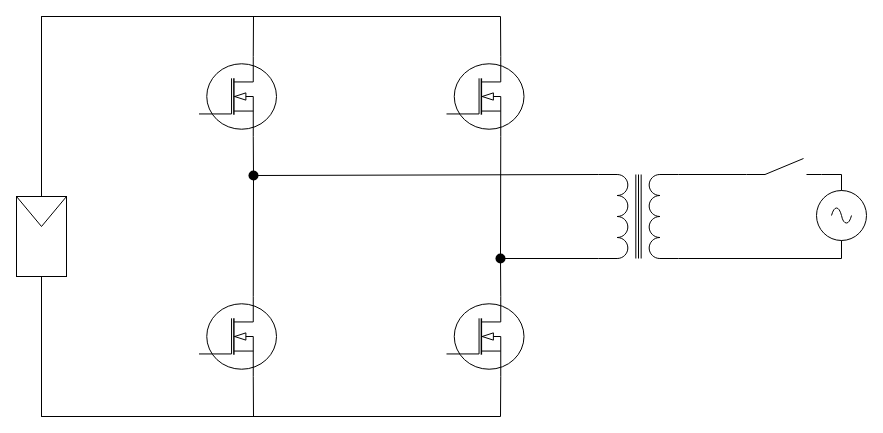
The draw.io diagram Topologie_FS_Richtig.drawio in Lostqw1/Funfun, before the edit. Source tidied: cells renumbered, new cells numbered last; positions are measured from the earlier drawing's top-left corner, leaving out a move shared by most shapes. Both pictures are drawn from the tidied source at 100%, with x=0, y=0 at pixel (16, 16).
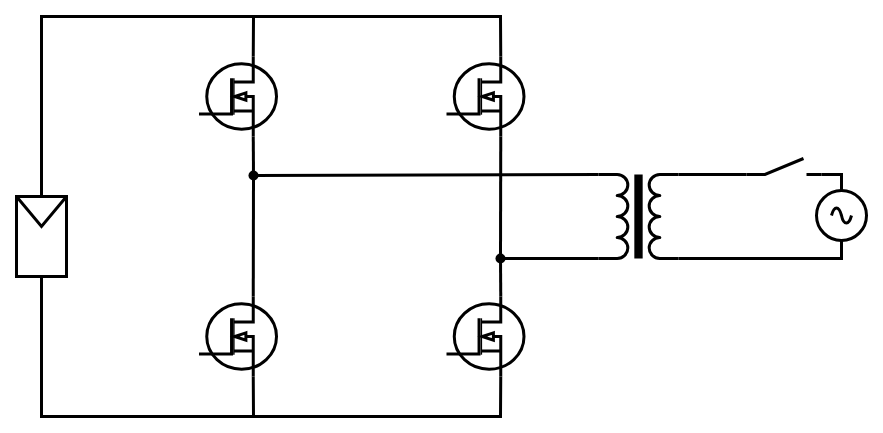
Above is the later version.

The change refers to these unchanged cells:
```xml
<mxCell id="21" style="shape=waypoint;sketch=0;fillStyle=solid;size=6;points=[];fillColor=none;perimeter=centerPerimeter;snapToPoint=1;strokeWidth=3;" parent="1" vertex="1">
  <mxGeometry x="227" y="149" width="20" height="20" as="geometry" />
</mxCell>
<mxCell id="24" style="shape=waypoint;sketch=0;fillStyle=solid;size=6;points=[];fillColor=none;perimeter=centerPerimeter;snapToPoint=1;strokeWidth=3;" parent="1" vertex="1">
  <mxGeometry x="474" y="232" width="20" height="20" as="geometry" />
</mxCell>
```

What changed in the source:
```diff
@@
-    <mxCell id="2" style="verticalLabelPosition=bottom;shadow=0;dashed=0;align=center;html=1;verticalAlign=top;shape=mxgraph.electrical.inductors.transformer_1;rotation=90;" parent="1" vertex="1">
+    <mxCell id="2" style="verticalLabelPosition=bottom;shadow=0;dashed=0;align=center;html=1;verticalAlign=top;shape=mxgraph.electrical.inductors.transformer_1;rotation=90;strokeWidth=3;" parent="1" vertex="1">
       <mxGeometry x="580" y="160" width="84" height="80" as="geometry" />
     </mxCell>
-    <mxCell id="3" style="rounded=0;whiteSpace=wrap;html=1;" parent="1" vertex="1">
+    <mxCell id="3" style="rounded=0;whiteSpace=wrap;html=1;strokeWidth=3;" parent="1" vertex="1">
       <mxGeometry y="180" width="50" height="80" as="geometry" />
     </mxCell>
-    <mxCell id="4" style="endArrow=none;html=1;rounded=0;exitX=0;exitY=0;exitDx=0;exitDy=0;entryX=1;entryY=0;entryDx=0;entryDy=0;" parent="1" edge="1" source="3" target="3">
+    <mxCell id="4" style="endArrow=none;html=1;rounded=0;exitX=0;exitY=0;exitDx=0;exitDy=0;entryX=1;entryY=0;entryDx=0;entryDy=0;strokeWidth=3;" parent="1" edge="1" source="3" target="3">
       <mxGeometry relative="1" as="geometry">
         <Array as="points">
           <mxPoint x="25" y="210" />
         </Array>
       </mxGeometry>
     </mxCell>
-    <mxCell id="5" style="endArrow=none;html=1;rounded=0;exitX=0.5;exitY=0;exitDx=0;exitDy=0;entryX=0.7;entryY=0;entryDx=0;entryDy=0;entryPerimeter=0;" parent="1" edge="1" source="3" target="7">
+    <mxCell id="5" style="endArrow=none;html=1;rounded=0;exitX=0.5;exitY=0;exitDx=0;exitDy=0;entryX=0.7;entryY=0;entryDx=0;entryDy=0;entryPerimeter=0;strokeWidth=3;" parent="1" edge="1" source="3" target="7">
       <mxGeometry relative="1" as="geometry">
         <Array as="points">
           <mxPoint x="25" />
           <mxPoint x="237" />
         </Array>
       </mxGeometry>
     </mxCell>
-    <mxCell id="6" style="verticalLabelPosition=bottom;shadow=0;dashed=0;align=center;html=1;verticalAlign=top;shape=mxgraph.electrical.mosfets1.n-channel_mosfet_1;" parent="1" vertex="1">
+    <mxCell id="6" style="verticalLabelPosition=bottom;shadow=0;dashed=0;align=center;html=1;verticalAlign=top;shape=mxgraph.electrical.mosfets1.n-channel_mosfet_1;strokeWidth=3;" parent="1" vertex="1">
       <mxGeometry x="182.5" y="280" width="77.5" height="80" as="geometry" />
     </mxCell>
-    <mxCell id="7" style="verticalLabelPosition=bottom;shadow=0;dashed=0;align=center;html=1;verticalAlign=top;shape=mxgraph.electrical.mosfets1.n-channel_mosfet_1;" parent="1" vertex="1">
+    <mxCell id="7" style="verticalLabelPosition=bottom;shadow=0;dashed=0;align=center;html=1;verticalAlign=top;shape=mxgraph.electrical.mosfets1.n-channel_mosfet_1;strokeWidth=3;" parent="1" vertex="1">
       <mxGeometry x="182.5" y="40" width="77.5" height="80" as="geometry" />
     </mxCell>
-    <mxCell id="8" style="verticalLabelPosition=bottom;shadow=0;dashed=0;align=center;html=1;verticalAlign=top;shape=mxgraph.electrical.mosfets1.n-channel_mosfet_1;" parent="1" vertex="1">
+    <mxCell id="8" style="verticalLabelPosition=bottom;shadow=0;dashed=0;align=center;html=1;verticalAlign=top;shape=mxgraph.electrical.mosfets1.n-channel_mosfet_1;strokeWidth=3;" parent="1" vertex="1">
       <mxGeometry x="430" y="280" width="77.5" height="80" as="geometry" />
     </mxCell>
-    <mxCell id="9" style="verticalLabelPosition=bottom;shadow=0;dashed=0;align=center;html=1;verticalAlign=top;shape=mxgraph.electrical.mosfets1.n-channel_mosfet_1;" parent="1" vertex="1">
+    <mxCell id="9" style="verticalLabelPosition=bottom;shadow=0;dashed=0;align=center;html=1;verticalAlign=top;shape=mxgraph.electrical.mosfets1.n-channel_mosfet_1;strokeWidth=3;" parent="1" vertex="1">
       <mxGeometry x="430" y="40" width="77.5" height="80" as="geometry" />
     </mxCell>
-    <mxCell id="10" style="endArrow=none;html=1;rounded=0;entryX=0.7;entryY=1;entryDx=0;entryDy=0;entryPerimeter=0;exitDx=0;exitDy=0;exitPerimeter=0;startArrow=none;" parent="1" edge="1" source="21" target="7">
+    <mxCell id="10" style="endArrow=none;html=1;rounded=0;entryX=0.7;entryY=1;entryDx=0;entryDy=0;entryPerimeter=0;exitDx=0;exitDy=0;exitPerimeter=0;startArrow=none;strokeWidth=3;" parent="1" edge="1" source="21" target="7">
       <mxGeometry relative="1" as="geometry" />
     </mxCell>
-    <mxCell id="11" style="endArrow=none;html=1;rounded=0;exitX=0.5;exitY=1;exitDx=0;exitDy=0;entryX=0.7;entryY=1;entryDx=0;entryDy=0;entryPerimeter=0;" parent="1" edge="1" source="3" target="6">
+    <mxCell id="11" style="endArrow=none;html=1;rounded=0;exitX=0.5;exitY=1;exitDx=0;exitDy=0;entryX=0.7;entryY=1;entryDx=0;entryDy=0;entryPerimeter=0;strokeWidth=3;" parent="1" edge="1" source="3" target="6">
       <mxGeometry relative="1" as="geometry">
         <Array as="points">
           <mxPoint x="25" y="400" />
           <mxPoint x="237" y="400" />
         </Array>
       </mxGeometry>
     </mxCell>
-    <mxCell id="12" style="endArrow=none;html=1;rounded=0;entryX=0.7;entryY=1;entryDx=0;entryDy=0;entryPerimeter=0;exitX=0.5;exitY=1;exitDx=0;exitDy=0;" parent="1" edge="1" source="3" target="8">
+    <mxCell id="12" style="endArrow=none;html=1;rounded=0;entryX=0.7;entryY=1;entryDx=0;entryDy=0;entryPerimeter=0;exitX=0.5;exitY=1;exitDx=0;exitDy=0;strokeWidth=3;" parent="1" edge="1" source="3" target="8">
       <mxGeometry relative="1" as="geometry">
         <Array as="points">
           <mxPoint x="25" y="400" />
           <mxPoint x="484" y="400" />
         </Array>
       </mxGeometry>
     </mxCell>
-    <mxCell id="13" style="endArrow=none;html=1;rounded=0;entryX=0.7;entryY=0;entryDx=0;entryDy=0;entryPerimeter=0;exitX=0.5;exitY=0;exitDx=0;exitDy=0;" parent="1" edge="1" source="3" target="9">
+    <mxCell id="13" style="endArrow=none;html=1;rounded=0;entryX=0.7;entryY=0;entryDx=0;entryDy=0;entryPerimeter=0;exitX=0.5;exitY=0;exitDx=0;exitDy=0;strokeWidth=3;" parent="1" edge="1" source="3" target="9">
       <mxGeometry relative="1" as="geometry">
         <Array as="points">
           <mxPoint x="25" />
           <mxPoint x="484" />
         </Array>
       </mxGeometry>
     </mxCell>
-    <mxCell id="14" style="endArrow=none;html=1;rounded=0;entryX=0.7;entryY=1;entryDx=0;entryDy=0;entryPerimeter=0;exitDx=0;exitDy=0;exitPerimeter=0;startArrow=none;" parent="1" edge="1" source="24" target="9">
+    <mxCell id="14" style="endArrow=none;html=1;rounded=0;entryX=0.7;entryY=1;entryDx=0;entryDy=0;entryPerimeter=0;exitDx=0;exitDy=0;exitPerimeter=0;startArrow=none;strokeWidth=3;" parent="1" edge="1" source="24" target="9">
       <mxGeometry relative="1" as="geometry" />
     </mxCell>
-    <mxCell id="15" style="verticalLabelPosition=bottom;shadow=0;dashed=0;align=center;html=1;verticalAlign=top;shape=mxgraph.electrical.electro-mechanical.make_contact;" parent="1" vertex="1">
+    <mxCell id="15" style="verticalLabelPosition=bottom;shadow=0;dashed=0;align=center;html=1;verticalAlign=top;shape=mxgraph.electrical.electro-mechanical.make_contact;strokeWidth=3;" parent="1" vertex="1">
       <mxGeometry x="730" y="142" width="75" height="16" as="geometry" />
     </mxCell>
-    <mxCell id="16" style="endArrow=none;html=1;rounded=0;entryX=0;entryY=1;entryDx=0;entryDy=0;entryPerimeter=0;exitX=0;exitY=0;exitDx=0;exitDy=0;exitPerimeter=0;" parent="1" edge="1" source="2" target="15">
+    <mxCell id="16" style="endArrow=none;html=1;rounded=0;entryX=0;entryY=1;entryDx=0;entryDy=0;entryPerimeter=0;exitX=0;exitY=0;exitDx=0;exitDy=0;exitPerimeter=0;strokeWidth=3;" parent="1" edge="1" source="2" target="15">
       <mxGeometry relative="1" as="geometry" />
     </mxCell>
-    <mxCell id="17" style="verticalLabelPosition=bottom;shadow=0;dashed=0;align=center;html=1;verticalAlign=top;shape=mxgraph.electrical.signal_sources.source;points=[[0.5,0,0],[1,0.5,0],[0.5,1,0],[0,0.5,0]];elSignalType=ac;" parent="1" vertex="1">
+    <mxCell id="17" style="verticalLabelPosition=bottom;shadow=0;dashed=0;align=center;html=1;verticalAlign=top;shape=mxgraph.electrical.signal_sources.source;points=[[0.5,0,0],[1,0.5,0],[0.5,1,0],[0,0.5,0]];elSignalType=ac;strokeWidth=3;" parent="1" vertex="1">
       <mxGeometry x="800" y="174" width="50" height="50" as="geometry" />
     </mxCell>
-    <mxCell id="18" style="endArrow=none;html=1;rounded=0;entryX=0.5;entryY=0;entryDx=0;entryDy=0;entryPerimeter=0;exitX=1;exitY=1;exitDx=0;exitDy=0;exitPerimeter=0;" parent="1" edge="1" source="15" target="17">
+    <mxCell id="18" style="endArrow=none;html=1;rounded=0;entryX=0.5;entryY=0;entryDx=0;entryDy=0;entryPerimeter=0;exitX=1;exitY=1;exitDx=0;exitDy=0;exitPerimeter=0;strokeWidth=3;" parent="1" edge="1" source="15" target="17">
       <mxGeometry relative="1" as="geometry">
         <Array as="points">
           <mxPoint x="825" y="158" />
         </Array>
       </mxGeometry>
     </mxCell>
-    <mxCell id="19" style="endArrow=none;html=1;rounded=0;entryX=0.5;entryY=1;entryDx=0;entryDy=0;entryPerimeter=0;exitX=1;exitY=0;exitDx=0;exitDy=0;exitPerimeter=0;" parent="1" edge="1" source="2" target="17">
+    <mxCell id="19" style="endArrow=none;html=1;rounded=0;entryX=0.5;entryY=1;entryDx=0;entryDy=0;entryPerimeter=0;exitX=1;exitY=0;exitDx=0;exitDy=0;exitPerimeter=0;strokeWidth=3;" parent="1" edge="1" source="2" target="17">
       <mxGeometry relative="1" as="geometry">
         <Array as="points">
           <mxPoint x="825" y="242" />
         </Array>
       </mxGeometry>
     </mxCell>
-    <mxCell id="20" style="endArrow=none;html=1;rounded=0;entryDx=0;entryDy=0;entryPerimeter=0;exitX=0.7;exitY=0;exitDx=0;exitDy=0;exitPerimeter=0;" parent="1" edge="1" source="6" target="21">
+    <mxCell id="20" style="endArrow=none;html=1;rounded=0;entryDx=0;entryDy=0;entryPerimeter=0;exitX=0.7;exitY=0;exitDx=0;exitDy=0;exitPerimeter=0;strokeWidth=3;" parent="1" edge="1" source="6" target="21">
       <mxGeometry relative="1" as="geometry" />
     </mxCell>
@@
-    <mxCell id="22" style="endArrow=none;html=1;rounded=0;entryX=0;entryY=1;entryDx=0;entryDy=0;entryPerimeter=0;exitX=0.45;exitY=-0.1;exitDx=0;exitDy=0;exitPerimeter=0;" parent="1" edge="1" source="21" target="2">
+    <mxCell id="22" style="endArrow=none;html=1;rounded=0;entryX=0;entryY=1;entryDx=0;entryDy=0;entryPerimeter=0;exitX=0.45;exitY=-0.1;exitDx=0;exitDy=0;exitPerimeter=0;strokeWidth=3;" parent="1" edge="1" source="21" target="2">
       <mxGeometry relative="1" as="geometry" />
     </mxCell>
-    <mxCell id="23" style="endArrow=none;html=1;rounded=0;entryDx=0;entryDy=0;entryPerimeter=0;exitX=0.7;exitY=0;exitDx=0;exitDy=0;exitPerimeter=0;" parent="1" edge="1" source="8" target="24">
+    <mxCell id="23" style="endArrow=none;html=1;rounded=0;entryDx=0;entryDy=0;entryPerimeter=0;exitX=0.7;exitY=0;exitDx=0;exitDy=0;exitPerimeter=0;strokeWidth=3;" parent="1" edge="1" source="8" target="24">
       <mxGeometry relative="1" as="geometry" />
     </mxCell>
@@
-    <mxCell id="25" style="endArrow=none;html=1;rounded=0;entryX=1;entryY=1;entryDx=0;entryDy=0;entryPerimeter=0;exitX=0.6;exitY=0.7;exitDx=0;exitDy=0;exitPerimeter=0;" parent="1" edge="1" source="24" target="2">
+    <mxCell id="25" style="endArrow=none;html=1;rounded=0;entryX=1;entryY=1;entryDx=0;entryDy=0;entryPerimeter=0;exitX=0.6;exitY=0.7;exitDx=0;exitDy=0;exitPerimeter=0;strokeWidth=3;" parent="1" edge="1" source="24" target="2">
       <mxGeometry relative="1" as="geometry" />
     </mxCell>
```
